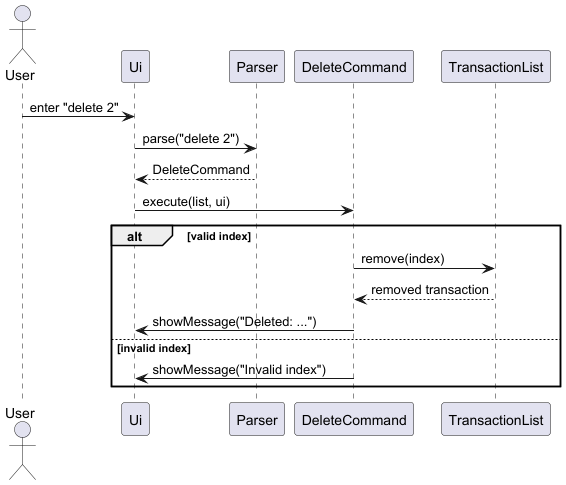
Earlier version of the PlantUML export docs/diagrams/DeleteSequenceDiagram.png (SeanChng/tp). Its diagram source:
```plantuml
@startuml
actor User
participant Ui
participant Parser
participant DeleteCommand
participant TransactionList

User -> Ui : enter "delete 2"
Ui -> Parser : parse("delete 2")
Parser --> Ui : DeleteCommand
Ui -> DeleteCommand : execute(list, ui)

alt valid index
    DeleteCommand -> TransactionList : remove(index)
    TransactionList --> DeleteCommand : removed transaction
    DeleteCommand -> Ui : showMessage("Deleted: ...")
else invalid index
    DeleteCommand -> Ui : showMessage("Invalid index")
end
@enduml
```
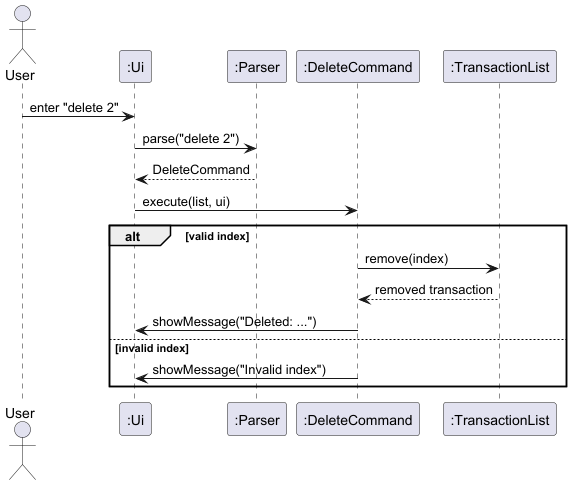
Above is the later version.

Change to the diagram source:
```diff
@@ -1,9 +1,9 @@
 @startuml
 actor User
-participant Ui
-participant Parser
-participant DeleteCommand
-participant TransactionList
+participant ":Ui" as Ui
+participant ":Parser" as Parser
+participant ":DeleteCommand" as DeleteCommand
+participant ":TransactionList" as TransactionList
 
 User -> Ui : enter "delete 2"
 Ui -> Parser : parse("delete 2")
```
